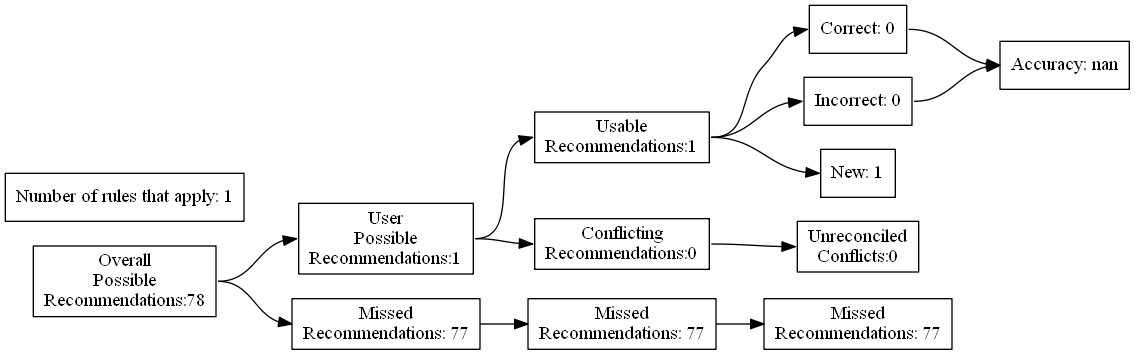
Earlier version of the Graphviz export test_renders/66.gv.png (ZaxR/ibd_diet_analysis). Its source is kept beside it as test_renders/66.gv.
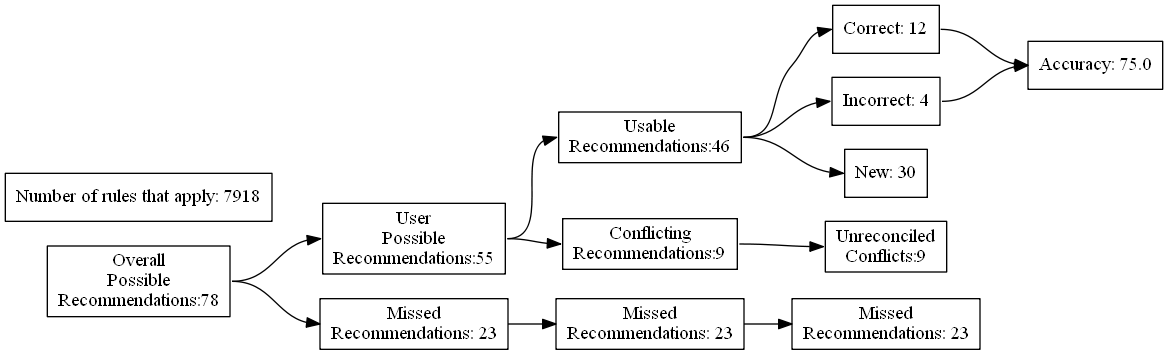
After the commit.

What changed in the source:
```diff
@@ -7,24 +7,24 @@
 Recommendations:78"]
 		B [label="User
 Possible
-Recommendations:1"]
+Recommendations:55"]
 		C [label="Missed
-Recommendations: 77"]
+Recommendations: 23"]
 		D [label="Usable
-Recommendations:1"]
+Recommendations:46"]
 		E [label="Conflicting
-Recommendations:0"]
+Recommendations:9"]
 		J [label="Missed
-Recommendations: 77"]
+Recommendations: 23"]
 		M [label="Unreconciled
-Conflicts:0"]
-		F [label="Correct: 0"]
-		G [label="Incorrect: 0"]
-		H [label="New: 1"]
+Conflicts:9"]
+		F [label="Correct: 12"]
+		G [label="Incorrect: 4"]
+		H [label="New: 30"]
 		K [label="Missed
-Recommendations: 77"]
-		I [label="Accuracy: nan"]
-		l [label="Number of rules that apply: 1"]
+Recommendations: 23"]
+		I [label="Accuracy: 75.0"]
+		l [label="Number of rules that apply: 7918"]
 			A -> B
 			A -> C
 			B -> D
```
